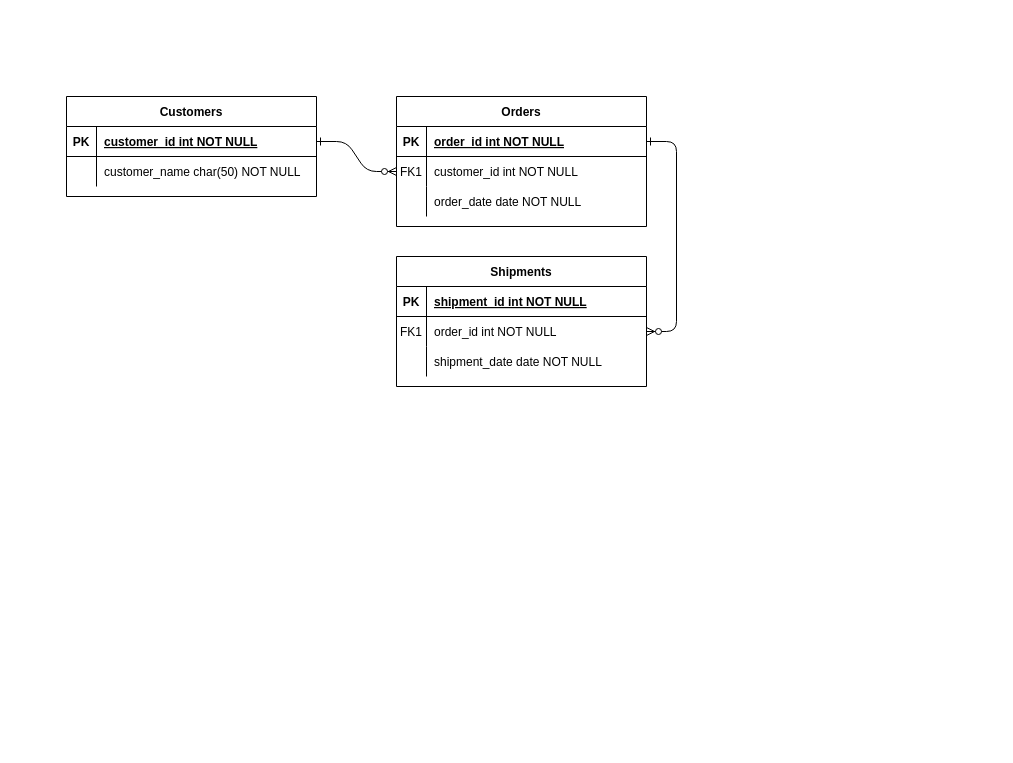
Above: Untitled Diagram.drawio in vsingh-007/CTS (draw.io), before the change. Source tidied: cells renumbered, new cells numbered last; positions are measured from the earlier drawing's top-left corner, leaving out a move shared by most shapes. Both pictures are drawn from the tidied source at 100%, with x=0, y=0 at pixel (66, 96).
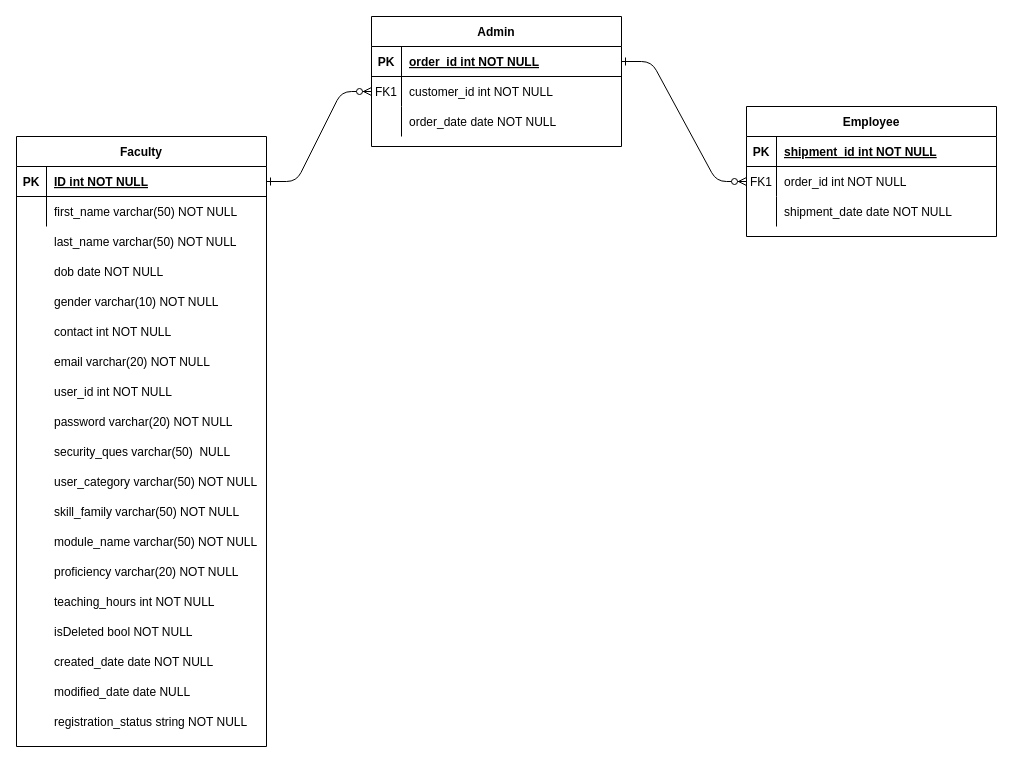
After the change.

Commit message:
Update Faculty Table

The change refers to these unchanged cells:
```xml
<mxCell id="25" style="shape=partialRectangle;fillColor=none;points=[[0,0.5],[1,0.5]];portConstraint=eastwest;top=0;left=0;right=0;bottom=1;" parent="24" vertex="1">
  <mxGeometry y="30" width="250" height="30" as="geometry" />
</mxCell>
<mxCell id="28" style="shape=partialRectangle;fillColor=none;top=0;left=0;right=0;bottom=0;" parent="24" vertex="1">
  <mxGeometry y="60" width="250" height="30" as="geometry" />
</mxCell>
```

Change to the diagram source:
```diff
@@
-    <mxCell id="4" value="Orders" style="shape=table;startSize=30;childLayout=tableLayout;rowLines=0;fontStyle=1;align=center;" parent="1" vertex="1">
-      <mxGeometry x="330" width="250" height="130" as="geometry" />
+    <mxCell id="4" value="Admin" style="shape=table;startSize=30;childLayout=tableLayout;rowLines=0;fontStyle=1;align=center;" parent="1" vertex="1">
+      <mxGeometry x="305" y="-80" width="250" height="130" as="geometry" />
     </mxCell>
@@
-    <mxCell id="14" value="Shipments" style="shape=table;startSize=30;childLayout=tableLayout;rowLines=0;fontStyle=1;align=center;" parent="1" vertex="1">
-      <mxGeometry x="330" y="160" width="250" height="130" as="geometry" />
+    <mxCell id="14" value="Employee" style="shape=table;startSize=30;childLayout=tableLayout;rowLines=0;fontStyle=1;align=center;" parent="1" vertex="1">
+      <mxGeometry x="680" y="10" width="250" height="130" as="geometry" />
     </mxCell>
@@
-    <mxCell id="24" value="Customers" style="shape=table;startSize=30;childLayout=tableLayout;rowLines=0;fontStyle=1;align=center;" parent="1" vertex="1">
-      <mxGeometry width="250" height="100" as="geometry" />
+    <mxCell id="24" value="Faculty" style="shape=table;startSize=30;childLayout=tableLayout;rowLines=0;fontStyle=1;align=center;" parent="1" vertex="1">
+      <mxGeometry x="-50" y="40" width="250" height="610" as="geometry" />
     </mxCell>
@@
-    <mxCell id="27" value="customer_id int NOT NULL " style="shape=partialRectangle;overflow=hidden;fillColor=none;top=0;left=0;bottom=0;right=0;align=left;spacingLeft=6;fontStyle=5;" parent="25" vertex="1">
+    <mxCell id="27" value="ID int NOT NULL " style="shape=partialRectangle;overflow=hidden;fillColor=none;top=0;left=0;bottom=0;right=0;align=left;spacingLeft=6;fontStyle=5;" parent="25" vertex="1">
       <mxGeometry x="30" width="220" height="30" as="geometry" />
     </mxCell>
@@
-    <mxCell id="30" value="customer_name char(50) NOT NULL" style="shape=partialRectangle;overflow=hidden;fillColor=none;top=0;left=0;bottom=0;right=0;align=left;spacingLeft=6;" parent="28" vertex="1">
+    <mxCell id="30" value="first_name varchar(50) NOT NULL" style="shape=partialRectangle;overflow=hidden;fillColor=none;top=0;left=0;bottom=0;right=0;align=left;spacingLeft=6;" parent="28" vertex="1">
       <mxGeometry x="30" width="220" height="30" as="geometry" />
     </mxCell>
+    <mxCell id="31" style="shape=partialRectangle;fillColor=none;top=0;left=0;right=0;bottom=0;" parent="1" vertex="1">
+      <mxGeometry x="-50" y="130" width="250" height="30" as="geometry" />
+    </mxCell>
+    <mxCell id="32" style="shape=partialRectangle;overflow=hidden;fillColor=none;top=0;left=0;bottom=0;right=0;" parent="31" vertex="1">
+      <mxGeometry width="30" height="30" as="geometry" />
+    </mxCell>
+    <mxCell id="33" value="last_name varchar(50) NOT NULL" style="shape=partialRectangle;overflow=hidden;fillColor=none;top=0;left=0;bottom=0;right=0;align=left;spacingLeft=6;" parent="31" vertex="1">
+      <mxGeometry x="30" width="220" height="30" as="geometry" />
+    </mxCell>
+    <mxCell id="34" style="shape=partialRectangle;fillColor=none;top=0;left=0;right=0;bottom=0;" parent="1" vertex="1">
+      <mxGeometry x="-50" y="160" width="250" height="30" as="geometry" />
+    </mxCell>
+    <mxCell id="35" style="shape=partialRectangle;overflow=hidden;fillColor=none;top=0;left=0;bottom=0;right=0;" parent="34" vertex="1">
+      <mxGeometry width="30" height="30" as="geometry" />
+    </mxCell>
+    <mxCell id="36" value="dob date NOT NULL" style="shape=partialRectangle;overflow=hidden;fillColor=none;top=0;left=0;bottom=0;right=0;align=left;spacingLeft=6;" parent="34" vertex="1">
+      <mxGeometry x="30" width="220" height="30" as="geometry" />
+    </mxCell>
+    <mxCell id="37" style="shape=partialRectangle;fillColor=none;top=0;left=0;right=0;bottom=0;" parent="1" vertex="1">
+      <mxGeometry x="-50" y="190" width="250" height="30" as="geometry" />
+    </mxCell>
+    <mxCell id="38" style="shape=partialRectangle;overflow=hidden;fillColor=none;top=0;left=0;bottom=0;right=0;" parent="37" vertex="1">
+      <mxGeometry width="30" height="30" as="geometry" />
+    </mxCell>
+    <mxCell id="39" value="gender varchar(10) NOT NULL" style="shape=partialRectangle;overflow=hidden;fillColor=none;top=0;left=0;bottom=0;right=0;align=left;spacingLeft=6;" parent="37" vertex="1">
+      <mxGeometry x="30" width="220" height="30" as="geometry" />
+    </mxCell>
+    <mxCell id="40" style="shape=partialRectangle;fillColor=none;top=0;left=0;right=0;bottom=0;" parent="1" vertex="1">
+      <mxGeometry x="-50" y="220" width="250" height="30" as="geometry" />
+    </mxCell>
+    <mxCell id="41" style="shape=partialRectangle;overflow=hidden;fillColor=none;top=0;left=0;bottom=0;right=0;" parent="40" vertex="1">
+      <mxGeometry width="30" height="30" as="geometry" />
+    </mxCell>
+    <mxCell id="42" value="contact int NOT NULL" style="shape=partialRectangle;overflow=hidden;fillColor=none;top=0;left=0;bottom=0;right=0;align=left;spacingLeft=6;" parent="40" vertex="1">
+      <mxGeometry x="30" width="220" height="30" as="geometry" />
+    </mxCell>
+    <mxCell id="43" style="shape=partialRectangle;fillColor=none;top=0;left=0;right=0;bottom=0;" parent="1" vertex="1">
+      <mxGeometry x="-50" y="250" width="250" height="30" as="geometry" />
+    </mxCell>
+    <mxCell id="44" style="shape=partialRectangle;overflow=hidden;fillColor=none;top=0;left=0;bottom=0;right=0;" parent="43" vertex="1">
+      <mxGeometry width="30" height="30" as="geometry" />
+    </mxCell>
+    <mxCell id="45" value="email varchar(20) NOT NULL" style="shape=partialRectangle;overflow=hidden;fillColor=none;top=0;left=0;bottom=0;right=0;align=left;spacingLeft=6;" parent="43" vertex="1">
+      <mxGeometry x="30" width="220" height="30" as="geometry" />
+    </mxCell>
+    <mxCell id="46" style="shape=partialRectangle;fillColor=none;top=0;left=0;right=0;bottom=0;" parent="1" vertex="1">
+      <mxGeometry x="-50" y="280" width="250" height="30" as="geometry" />
+    </mxCell>
+    <mxCell id="47" style="shape=partialRectangle;overflow=hidden;fillColor=none;top=0;left=0;bottom=0;right=0;" parent="46" vertex="1">
+      <mxGeometry width="30" height="30" as="geometry" />
+    </mxCell>
+    <mxCell id="48" value="user_id int NOT NULL" style="shape=partialRectangle;overflow=hidden;fillColor=none;top=0;left=0;bottom=0;right=0;align=left;spacingLeft=6;" parent="46" vertex="1">
+      <mxGeometry x="30" width="220" height="30" as="geometry" />
+    </mxCell>
+    <mxCell id="49" style="shape=partialRectangle;fillColor=none;top=0;left=0;right=0;bottom=0;" parent="1" vertex="1">
+      <mxGeometry x="-50" y="300" width="250" height="30" as="geometry" />
+    </mxCell>
+    <mxCell id="50" style="shape=partialRectangle;overflow=hidden;fillColor=none;top=0;left=0;bottom=0;right=0;" parent="49" vertex="1">
+      <mxGeometry width="30" height="30" as="geometry" />
+    </mxCell>
+    <mxCell id="51" value="password varchar(20) NOT NULL" style="shape=partialRectangle;overflow=hidden;fillColor=none;top=0;left=0;bottom=0;right=0;align=left;spacingLeft=6;" parent="49" vertex="1">
+      <mxGeometry x="30" y="10" width="220" height="30" as="geometry" />
+    </mxCell>
+    <mxCell id="52" style="shape=partialRectangle;fillColor=none;top=0;left=0;right=0;bottom=0;" parent="1" vertex="1">
+      <mxGeometry x="-50" y="340" width="250" height="30" as="geometry" />
+    </mxCell>
+    <mxCell id="53" style="shape=partialRectangle;overflow=hidden;fillColor=none;top=0;left=0;bottom=0;right=0;" parent="52" vertex="1">
+      <mxGeometry width="30" height="30" as="geometry" />
+    </mxCell>
+    <mxCell id="54" style="shape=partialRectangle;fillColor=none;top=0;left=0;right=0;bottom=0;" parent="1" vertex="1">
+      <mxGeometry x="-50" y="390" width="250" height="30" as="geometry" />
+    </mxCell>
+    <mxCell id="55" style="shape=partialRectangle;overflow=hidden;fillColor=none;top=0;left=0;bottom=0;right=0;" parent="54" vertex="1">
+      <mxGeometry width="30" height="30" as="geometry" />
+    </mxCell>
+    <mxCell id="56" value="skill_family varchar(50) NOT NULL" style="shape=partialRectangle;overflow=hidden;fillColor=none;top=0;left=0;bottom=0;right=0;align=left;spacingLeft=6;" parent="54" vertex="1">
+      <mxGeometry x="30" y="10" width="220" height="30" as="geometry" />
+    </mxCell>
+    <mxCell id="57" style="shape=partialRectangle;fillColor=none;top=0;left=0;right=0;bottom=0;" parent="1" vertex="1">
+      <mxGeometry x="-50" y="420" width="250" height="30" as="geometry" />
+    </mxCell>
+    <mxCell id="58" style="shape=partialRectangle;overflow=hidden;fillColor=none;top=0;left=0;bottom=0;right=0;" parent="57" vertex="1">
+      <mxGeometry width="30" height="30" as="geometry" />
+    </mxCell>
+    <mxCell id="59" value="module_name varchar(50) NOT NULL" style="shape=partialRectangle;overflow=hidden;fillColor=none;top=0;left=0;bottom=0;right=0;align=left;spacingLeft=6;" parent="57" vertex="1">
+      <mxGeometry x="30" y="10" width="220" height="30" as="geometry" />
+    </mxCell>
+    <mxCell id="60" style="shape=partialRectangle;fillColor=none;top=0;left=0;right=0;bottom=0;" parent="1" vertex="1">
+      <mxGeometry x="-50" y="450" width="250" height="30" as="geometry" />
+    </mxCell>
+    <mxCell id="61" style="shape=partialRectangle;overflow=hidden;fillColor=none;top=0;left=0;bottom=0;right=0;" parent="60" vertex="1">
+      <mxGeometry width="30" height="30" as="geometry" />
+    </mxCell>
+    <mxCell id="62" value="proficiency varchar(20) NOT NULL" style="shape=partialRectangle;overflow=hidden;fillColor=none;top=0;left=0;bottom=0;right=0;align=left;spacingLeft=6;" parent="60" vertex="1">
+      <mxGeometry x="30" y="10" width="220" height="30" as="geometry" />
+    </mxCell>
+    <mxCell id="63" style="shape=partialRectangle;fillColor=none;top=0;left=0;right=0;bottom=0;" parent="1" vertex="1">
+      <mxGeometry x="-50" y="480" width="250" height="30" as="geometry" />
+    </mxCell>
+    <mxCell id="64" style="shape=partialRectangle;overflow=hidden;fillColor=none;top=0;left=0;bottom=0;right=0;" parent="63" vertex="1">
+      <mxGeometry width="30" height="30" as="geometry" />
+    </mxCell>
+    <mxCell id="65" value="teaching_hours int NOT NULL" style="shape=partialRectangle;overflow=hidden;fillColor=none;top=0;left=0;bottom=0;right=0;align=left;spacingLeft=6;" parent="63" vertex="1">
+      <mxGeometry x="30" y="10" width="220" height="30" as="geometry" />
+    </mxCell>
+    <mxCell id="66" style="shape=partialRectangle;fillColor=none;top=0;left=0;right=0;bottom=0;" parent="1" vertex="1">
+      <mxGeometry x="-50" y="510" width="250" height="30" as="geometry" />
+    </mxCell>
+    <mxCell id="67" style="shape=partialRectangle;overflow=hidden;fillColor=none;top=0;left=0;bottom=0;right=0;" parent="66" vertex="1">
+      <mxGeometry width="30" height="30" as="geometry" />
+    </mxCell>
+    <mxCell id="68" value="isDeleted bool NOT NULL" style="shape=partialRectangle;overflow=hidden;fillColor=none;top=0;left=0;bottom=0;right=0;align=left;spacingLeft=6;" parent="66" vertex="1">
+      <mxGeometry x="30" y="10" width="220" height="30" as="geometry" />
+    </mxCell>
+    <mxCell id="69" style="shape=partialRectangle;fillColor=none;top=0;left=0;right=0;bottom=0;" parent="1" vertex="1">
+      <mxGeometry x="-50" y="540" width="250" height="30" as="geometry" />
+    </mxCell>
+    <mxCell id="70" style="shape=partialRectangle;overflow=hidden;fillColor=none;top=0;left=0;bottom=0;right=0;" parent="69" vertex="1">
+      <mxGeometry width="30" height="30" as="geometry" />
+    </mxCell>
+    <mxCell id="71" value="created_date date NOT NULL" style="shape=partialRectangle;overflow=hidden;fillColor=none;top=0;left=0;bottom=0;right=0;align=left;spacingLeft=6;" parent="69" vertex="1">
+      <mxGeometry x="30" y="10" width="220" height="30" as="geometry" />
+    </mxCell>
+    <mxCell id="72" style="shape=partialRectangle;fillColor=none;top=0;left=0;right=0;bottom=0;" parent="1" vertex="1">
+      <mxGeometry x="-50" y="570" width="250" height="30" as="geometry" />
+    </mxCell>
+    <mxCell id="73" style="shape=partialRectangle;overflow=hidden;fillColor=none;top=0;left=0;bottom=0;right=0;" parent="72" vertex="1">
+      <mxGeometry width="30" height="30" as="geometry" />
+    </mxCell>
+    <mxCell id="74" value="modified_date date NULL" style="shape=partialRectangle;overflow=hidden;fillColor=none;top=0;left=0;bottom=0;right=0;align=left;spacingLeft=6;" parent="72" vertex="1">
+      <mxGeometry x="30" y="10" width="220" height="30" as="geometry" />
+    </mxCell>
+    <mxCell id="75" style="shape=partialRectangle;fillColor=none;top=0;left=0;right=0;bottom=0;" parent="1" vertex="1">
+      <mxGeometry x="-50" y="600" width="250" height="30" as="geometry" />
+    </mxCell>
+    <mxCell id="76" style="shape=partialRectangle;overflow=hidden;fillColor=none;top=0;left=0;bottom=0;right=0;" parent="75" vertex="1">
+      <mxGeometry width="30" height="30" as="geometry" />
+    </mxCell>
+    <mxCell id="77" value="registration_status string NOT NULL" style="shape=partialRectangle;overflow=hidden;fillColor=none;top=0;left=0;bottom=0;right=0;align=left;spacingLeft=6;" parent="75" vertex="1">
+      <mxGeometry x="30" y="10" width="220" height="30" as="geometry" />
+    </mxCell>
+    <mxCell id="78" style="shape=partialRectangle;fillColor=none;top=0;left=0;right=0;bottom=0;" parent="1" vertex="1">
+      <mxGeometry x="-50" y="330" width="250" height="30" as="geometry" />
+    </mxCell>
+    <mxCell id="79" style="shape=partialRectangle;overflow=hidden;fillColor=none;top=0;left=0;bottom=0;right=0;" parent="78" vertex="1">
+      <mxGeometry width="30" height="30" as="geometry" />
+    </mxCell>
+    <mxCell id="80" value="security_ques varchar(50)  NULL" style="shape=partialRectangle;overflow=hidden;fillColor=none;top=0;left=0;bottom=0;right=0;align=left;spacingLeft=6;" parent="78" vertex="1">
+      <mxGeometry x="30" y="10" width="220" height="30" as="geometry" />
+    </mxCell>
+    <mxCell id="81" value="user_category varchar(50) NOT NULL" style="shape=partialRectangle;overflow=hidden;fillColor=none;top=0;left=0;bottom=0;right=0;align=left;spacingLeft=6;" parent="1" vertex="1">
+      <mxGeometry x="-20" y="370" width="220" height="30" as="geometry" />
+    </mxCell>
```
